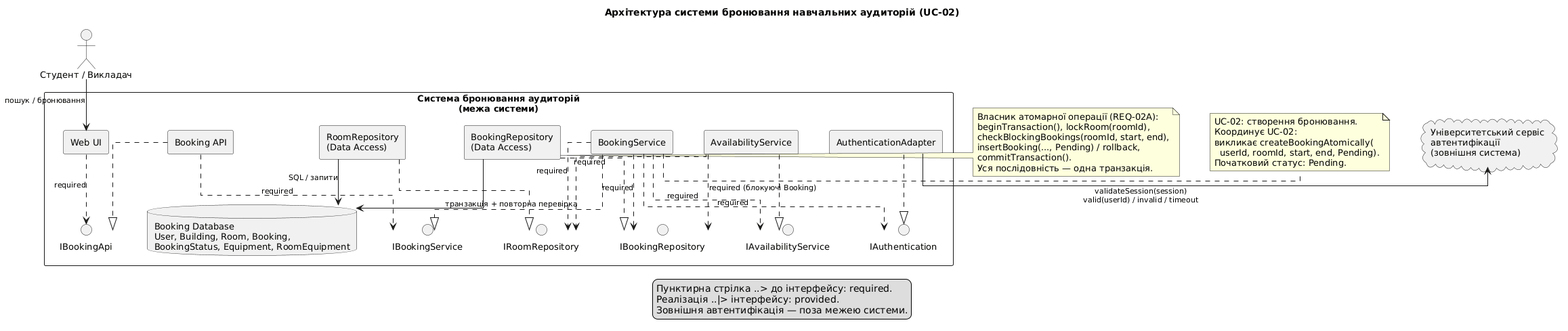
This is lab5/renders/components.png from Oleksandr-C-S/MAVPZ, a PlantUML export, as it was before one commit. Its source is kept beside it as lab5/model/components.puml. Its diagram source:
```plantuml
@startuml

top to bottom direction
skinparam componentStyle rectangle
skinparam shadowing false
skinparam packageStyle rectangle
skinparam linetype ortho
skinparam nodesep 45
skinparam ranksep 42
skinparam defaultFontSize 13
skinparam ArrowFontSize 11
hide stereotype

title Архітектура системи бронювання навчальних аудиторій (UC-02)

actor "Студент / Викладач" as User

rectangle "Система бронювання аудиторій\n(межа системи)" as System {
  component "Web UI" as UI
  component "Booking API" as API
  component "BookingService" as BookingSvc
  component "AvailabilityService" as AvailSvc
  component "AuthenticationAdapter" as AuthAdapter
  component "BookingRepository\n(Data Access)" as BookingRepo
  component "RoomRepository\n(Data Access)" as RoomRepo
  database "Booking Database\nUser, Building, Room, Booking,\nBookingStatus, Equipment, RoomEquipment" as DB

  interface "IBookingApi" as IBookingApi
  interface "IBookingService" as IBookingService
  interface "IAvailabilityService" as IAvailabilityService
  interface "IAuthentication" as IAuthentication
  interface "IBookingRepository" as IBookingRepository
  interface "IRoomRepository" as IRoomRepository

  API ..|> IBookingApi
  BookingSvc ..|> IBookingService
  AvailSvc ..|> IAvailabilityService
  AuthAdapter ..|> IAuthentication
  BookingRepo ..|> IBookingRepository
  RoomRepo ..|> IRoomRepository

  UI ..> IBookingApi : required
  API ..> IBookingService : required
  BookingSvc ..> IAvailabilityService : required
  BookingSvc ..> IAuthentication : required
  BookingSvc ..> IBookingRepository : required
  AvailSvc ..> IBookingRepository : required (блокуючі Booking)
  AvailSvc ..> IRoomRepository : required
  BookingSvc ..> IRoomRepository : required

  BookingRepo -down-> DB : транзакція + повторна перевірка
  RoomRepo -down-> DB : SQL / запити
}

cloud "Університетський сервіс\nавтентифікації\n(зовнішня система)" as ExtAuth
User -down-> UI : пошук / бронювання
AuthAdapter -right-> ExtAuth : validateSession(session)\nvalid(userId) / invalid / timeout

note right of BookingSvc
  UC-02: створення бронювання.
  Координує UC-02:
  викликає createBookingAtomically(
    userId, roomId, start, end, Pending).
  Початковий статус: Pending.
end note

note right of BookingRepo
  Власник атомарної операції (REQ-02A):
  beginTransaction(), lockRoom(roomId),
  checkBlockingBookings(roomId, start, end),
  insertBooking(..., Pending) / rollback,
  commitTransaction().
  Уся послідовність — одна транзакція.
end note

legend bottom
  Пунктирна стрілка ..> до інтерфейсу: required.
  Реалізація ..|> інтерфейсу: provided.
  Зовнішня автентифікація — поза межею системи.
endlegend
@enduml
```
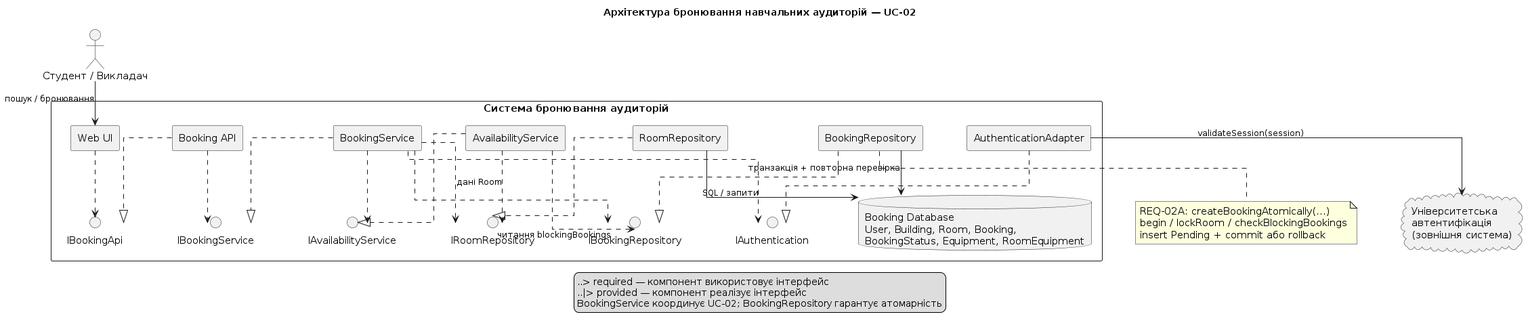
Later version of the same file.

Commit message:
improve component diagram readability

The edit, as a diff of the source:
```diff
@@ -3,34 +3,44 @@
 top to bottom direction
 skinparam componentStyle rectangle
 skinparam shadowing false
+skinparam linetype ortho
 skinparam packageStyle rectangle
-skinparam linetype ortho
-skinparam nodesep 45
-skinparam ranksep 42
-skinparam defaultFontSize 13
-skinparam ArrowFontSize 11
+skinparam nodesep 65
+skinparam ranksep 65
+skinparam defaultFontSize 15
+skinparam ArrowFontSize 12
 hide stereotype
 
-title Архітектура системи бронювання навчальних аудиторій (UC-02)
+title Архітектура бронювання навчальних аудиторій — UC-02
 
 actor "Студент / Викладач" as User
 
-rectangle "Система бронювання аудиторій\n(межа системи)" as System {
+rectangle "Система бронювання аудиторій" as System {
   component "Web UI" as UI
+  interface "IBookingApi" as IBookingApi
   component "Booking API" as API
+  interface "IBookingService" as IBookingService
   component "BookingService" as BookingSvc
+
+  interface "IAvailabilityService" as IAvailabilityService
   component "AvailabilityService" as AvailSvc
+  interface "IAuthentication" as IAuthentication
   component "AuthenticationAdapter" as AuthAdapter
-  component "BookingRepository\n(Data Access)" as BookingRepo
-  component "RoomRepository\n(Data Access)" as RoomRepo
+
+  interface "IBookingRepository" as IBookingRepository
+  component "BookingRepository" as BookingRepo
+  interface "IRoomRepository" as IRoomRepository
+  component "RoomRepository" as RoomRepo
   database "Booking Database\nUser, Building, Room, Booking,\nBookingStatus, Equipment, RoomEquipment" as DB
 
-  interface "IBookingApi" as IBookingApi
-  interface "IBookingService" as IBookingService
-  interface "IAvailabilityService" as IAvailabilityService
-  interface "IAuthentication" as IAuthentication
-  interface "IBookingRepository" as IBookingRepository
-  interface "IRoomRepository" as IRoomRepository
+  UI ..> IBookingApi
+  API ..> IBookingService
+  BookingSvc ..> IAvailabilityService
+  BookingSvc ..> IAuthentication
+  BookingSvc ..> IBookingRepository
+  BookingSvc ..> IRoomRepository
+  AvailSvc ..> IBookingRepository : читання blockingBookings
+  AvailSvc ..> IRoomRepository : дані Room
 
   API ..|> IBookingApi
   BookingSvc ..|> IBookingService
@@ -39,43 +49,23 @@
   BookingRepo ..|> IBookingRepository
   RoomRepo ..|> IRoomRepository
 
-  UI ..> IBookingApi : required
-  API ..> IBookingService : required
-  BookingSvc ..> IAvailabilityService : required
-  BookingSvc ..> IAuthentication : required
-  BookingSvc ..> IBookingRepository : required
-  AvailSvc ..> IBookingRepository : required (блокуючі Booking)
-  AvailSvc ..> IRoomRepository : required
-  BookingSvc ..> IRoomRepository : required
-
   BookingRepo -down-> DB : транзакція + повторна перевірка
   RoomRepo -down-> DB : SQL / запити
 }
 
-cloud "Університетський сервіс\nавтентифікації\n(зовнішня система)" as ExtAuth
-User -down-> UI : пошук / бронювання
-AuthAdapter -right-> ExtAuth : validateSession(session)\nvalid(userId) / invalid / timeout
+cloud "Університетська\nавтентифікація\n(зовнішня система)" as ExtAuth
+User --> UI : пошук / бронювання
+AuthAdapter --> ExtAuth : validateSession(session)
 
-note right of BookingSvc
-  UC-02: створення бронювання.
-  Координує UC-02:
-  викликає createBookingAtomically(
-    userId, roomId, start, end, Pending).
-  Початковий статус: Pending.
-end note
-
-note right of BookingRepo
-  Власник атомарної операції (REQ-02A):
-  beginTransaction(), lockRoom(roomId),
-  checkBlockingBookings(roomId, start, end),
-  insertBooking(..., Pending) / rollback,
-  commitTransaction().
-  Уся послідовність — одна транзакція.
+note bottom of BookingRepo
+  REQ-02A: createBookingAtomically(...)
+  begin / lockRoom / checkBlockingBookings
+  insert Pending + commit або rollback
 end note
 
 legend bottom
-  Пунктирна стрілка ..> до інтерфейсу: required.
-  Реалізація ..|> інтерфейсу: provided.
-  Зовнішня автентифікація — поза межею системи.
+  ..> required — компонент використовує інтерфейс
+  ..|> provided — компонент реалізує інтерфейс
+  BookingService координує UC-02; BookingRepository гарантує атомарність
 endlegend
 @enduml
```
